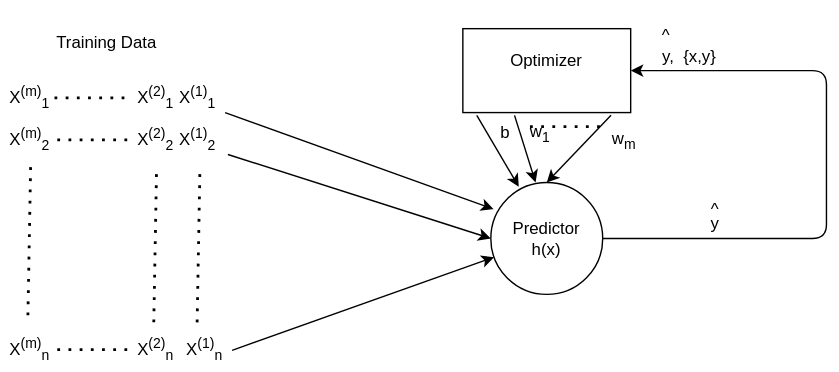
ronen567/just-the-docs keeps this draw.io diagram as assets/images/supervised/ML-training-network.svg. Above is the earlier version. Source tidied: cells renumbered, new cells last; positions are measured from the earlier drawing's top-left corner, leaving out a move shared by most shapes.
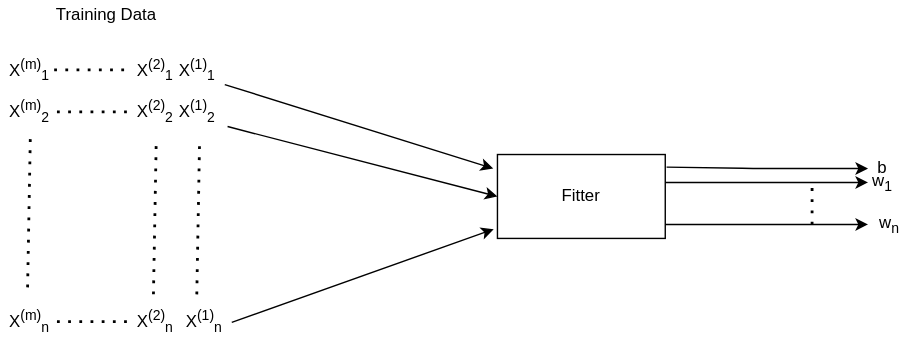
After the change.

Diff of the diagram source:
```diff
@@ -2,17 +2,18 @@
   <root>
     <mxCell id="0" />
     <mxCell id="1" parent="0" />
-    <mxCell id="2" value="Predictor&lt;br&gt;h(x)" style="ellipse;whiteSpace=wrap;html=1;" parent="1" vertex="1">
-      <mxGeometry x="350" y="130" width="80" height="80" as="geometry" />
-    </mxCell>
-    <mxCell id="3" style="endArrow=classic;html=1;entryX=0.025;entryY=0.238;entryDx=0;entryDy=0;entryPerimeter=0;exitX=1;exitY=0.833;exitDx=0;exitDy=0;exitPerimeter=0;" parent="1" edge="1" source="8" target="2">
-      <mxGeometry relative="1" as="geometry" />
+    <mxCell id="3" style="endArrow=classic;html=1;exitX=1;exitY=0.833;exitDx=0;exitDy=0;exitPerimeter=0;" parent="1" edge="1" source="8">
+      <mxGeometry relative="1" as="geometry">
+        <mxPoint x="352" y="140" as="targetPoint" />
+      </mxGeometry>
     </mxCell>
-    <mxCell id="4" style="endArrow=classic;html=1;entryX=0;entryY=0.5;entryDx=0;entryDy=0;exitX=1.05;exitY=0.833;exitDx=0;exitDy=0;exitPerimeter=0;" parent="1" edge="1" source="6" target="2">
+    <mxCell id="4" style="endArrow=classic;html=1;exitX=1.05;exitY=0.833;exitDx=0;exitDy=0;exitPerimeter=0;entryX=0;entryY=0.5;entryDx=0;entryDy=0;" parent="1" edge="1" source="6" target="34">
       <mxGeometry relative="1" as="geometry" />
     </mxCell>
-    <mxCell id="5" style="endArrow=classic;html=1;exitX=1;exitY=0.5;exitDx=0;exitDy=0;exitPerimeter=0;" parent="1" edge="1" source="7" target="2">
-      <mxGeometry relative="1" as="geometry" />
+    <mxCell id="5" style="endArrow=classic;html=1;exitX=1;exitY=0.5;exitDx=0;exitDy=0;exitPerimeter=0;" parent="1" edge="1" source="7">
+      <mxGeometry relative="1" as="geometry">
+        <mxPoint x="352.3" y="183.4" as="targetPoint" />
+      </mxGeometry>
     </mxCell>
     <mxCell id="6" value="X&lt;sup&gt;(1)&lt;/sup&gt;&lt;sub&gt;2&lt;/sub&gt;" style="text;html=1;align=center;verticalAlign=middle;points=[];" parent="1" vertex="1">
       <mxGeometry x="120" y="85" width="40" height="30" as="geometry" />
@@ -79,49 +80,43 @@
     <mxCell id="21" value="Training Data" style="text;html=1;align=center;verticalAlign=middle;" parent="1" vertex="1">
       <mxGeometry x="30" y="20" width="90" height="20" as="geometry" />
     </mxCell>
+    <mxCell id="24" value="w&lt;sub&gt;n&lt;/sub&gt;" style="text;html=1;align=center;verticalAlign=middle;" parent="1" vertex="1">
+      <mxGeometry x="620" y="170" width="30" height="20" as="geometry" />
+    </mxCell>
+    <mxCell id="30" style="endArrow=classic;html=1;exitX=1.008;exitY=0.15;exitDx=0;exitDy=0;exitPerimeter=0;" parent="1" edge="1" source="34">
+      <mxGeometry relative="1" as="geometry">
+        <mxPoint x="620" y="140" as="targetPoint" />
+        <Array as="points">
+          <mxPoint x="540" y="140" />
+        </Array>
+      </mxGeometry>
+    </mxCell>
+    <mxCell id="34" value="&lt;span&gt;Fitter&lt;br&gt;&lt;/span&gt;" style="rounded=0;whiteSpace=wrap;html=1;" parent="1" vertex="1">
+      <mxGeometry x="355" y="130" width="120" height="60" as="geometry" />
+    </mxCell>
+    <mxCell id="35" style="endArrow=classic;html=1;" parent="1" edge="1">
+      <mxGeometry relative="1" as="geometry">
+        <mxPoint x="475" y="150" as="sourcePoint" />
+        <mxPoint x="620" y="150" as="targetPoint" />
+      </mxGeometry>
+    </mxCell>
+    <mxCell id="36" style="endArrow=classic;html=1;" parent="1" edge="1">
+      <mxGeometry relative="1" as="geometry">
+        <mxPoint x="475" y="180" as="sourcePoint" />
+        <mxPoint x="620" y="180" as="targetPoint" />
+      </mxGeometry>
+    </mxCell>
     <mxCell id="22" value="b" style="text;html=1;align=center;verticalAlign=middle;" parent="1" vertex="1">
-      <mxGeometry x="350" y="85" width="20" height="20" as="geometry" />
+      <mxGeometry x="620" y="130" width="20" height="20" as="geometry" />
     </mxCell>
     <mxCell id="23" value="w&lt;sub&gt;1&lt;/sub&gt;" style="text;html=1;align=center;verticalAlign=middle;" parent="1" vertex="1">
-      <mxGeometry x="370" y="85" width="30" height="20" as="geometry" />
+      <mxGeometry x="615" y="140" width="30" height="20" as="geometry" />
     </mxCell>
-    <mxCell id="24" value="w&lt;sub&gt;m&lt;/sub&gt;" style="text;html=1;align=center;verticalAlign=middle;" parent="1" vertex="1">
-      <mxGeometry x="430" y="90" width="30" height="20" as="geometry" />
-    </mxCell>
-    <mxCell id="25" value="y" style="text;html=1;align=center;verticalAlign=middle;" parent="1" vertex="1">
-      <mxGeometry x="500" y="150" width="20" height="20" as="geometry" />
-    </mxCell>
-    <mxCell id="26" value="^" style="text;html=1;align=center;verticalAlign=middle;" parent="1" vertex="1">
-      <mxGeometry x="500" y="140" width="20" height="20" as="geometry" />
-    </mxCell>
-    <mxCell id="27" value="Optimizer&lt;br&gt;&lt;span&gt;&lt;br&gt;&lt;/span&gt;" style="rounded=0;whiteSpace=wrap;html=1;" parent="1" vertex="1">
-      <mxGeometry x="330" y="20" width="120" height="60" as="geometry" />
-    </mxCell>
-    <mxCell id="28" style="endArrow=classic;html=1;exitX=0.083;exitY=1.033;exitDx=0;exitDy=0;exitPerimeter=0;entryX=0.25;entryY=0.038;entryDx=0;entryDy=0;entryPerimeter=0;" parent="1" edge="1" source="27" target="2">
-      <mxGeometry relative="1" as="geometry" />
-    </mxCell>
-    <mxCell id="29" style="endArrow=classic;html=1;exitX=0.308;exitY=1.033;exitDx=0;exitDy=0;exitPerimeter=0;entryX=0.4;entryY=0;entryDx=0;entryDy=0;entryPerimeter=0;" parent="1" edge="1" source="27" target="2">
-      <mxGeometry relative="1" as="geometry" />
-    </mxCell>
-    <mxCell id="30" style="endArrow=classic;html=1;exitX=0.883;exitY=1.033;exitDx=0;exitDy=0;entryX=0.5;entryY=0;entryDx=0;entryDy=0;exitPerimeter=0;" parent="1" edge="1" source="27" target="2">
-      <mxGeometry relative="1" as="geometry" />
-    </mxCell>
-    <mxCell id="31" style="endArrow=none;dashed=1;html=1;dashPattern=1 3;strokeWidth=2;entryX=0.55;entryY=1.167;entryDx=0;entryDy=0;entryPerimeter=0;" parent="1" edge="1">
-      <mxGeometry relative="1" as="geometry">
-        <mxPoint x="378" y="90" as="sourcePoint" />
-        <mxPoint x="430" y="90" as="targetPoint" />
-      </mxGeometry>
-    </mxCell>
-    <mxCell id="32" style="endArrow=classic;html=1;exitX=1;exitY=0.5;exitDx=0;exitDy=0;entryX=1;entryY=0.5;entryDx=0;entryDy=0;" parent="1" edge="1" source="2" target="27">
-      <mxGeometry relative="1" as="geometry">
-        <Array as="points">
-          <mxPoint x="590" y="170" />
-          <mxPoint x="590" y="50" />
-        </Array>
-      </mxGeometry>
-    </mxCell>
-    <mxCell id="33" value="&lt;br&gt;&lt;span&gt;^&lt;br&gt;&amp;nbsp; &amp;nbsp; &amp;nbsp; &amp;nbsp; &amp;nbsp; y,&amp;nbsp; {x,y}&lt;/span&gt;" style="text;html=1;align=center;verticalAlign=middle;" parent="1" vertex="1">
-      <mxGeometry x="430" width="90" height="50" as="geometry" />
-    </mxCell>
+    <mxCell id="37" style="endArrow=none;dashed=1;html=1;dashPattern=1 3;strokeWidth=2;" parent="1" edge="1">
+      <mxGeometry relative="1" as="geometry">
+        <mxPoint x="580" y="180" as="sourcePoint" />
+        <mxPoint x="580" y="150" as="targetPoint" />
+      </mxGeometry>
+    </mxCell>
   </root>
 </mxGraphModel>
```
